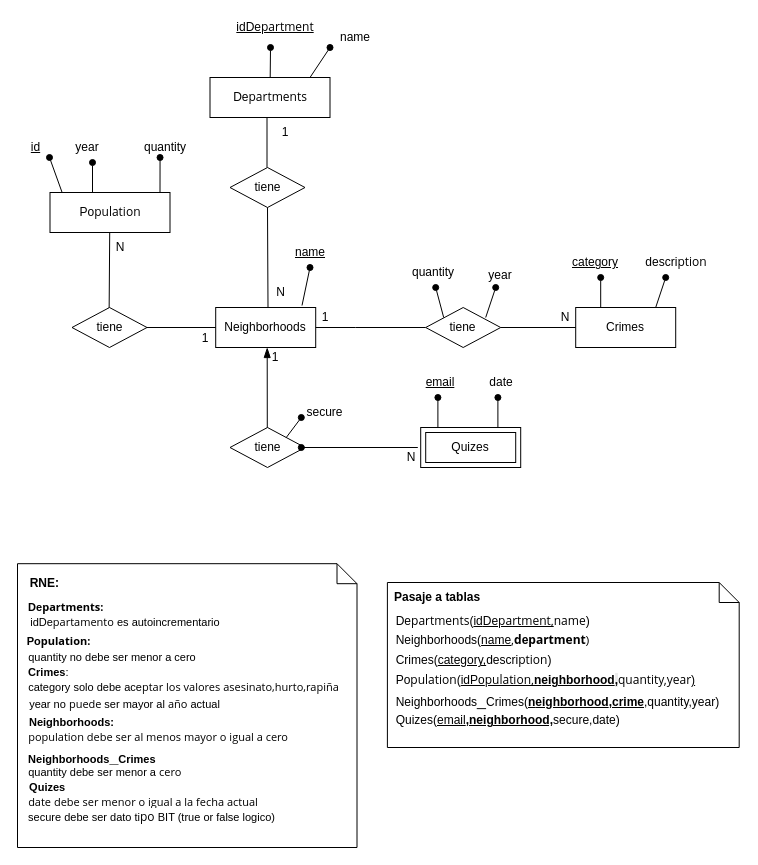
Before: CityRisksMaps.drawio in Agustin15/CityRisksMaps, a draw.io diagram. Source tidied: cells renumbered, new cells numbered last; positions are measured from the earlier drawing's top-left corner, leaving out a move shared by most shapes. Both pictures are drawn from the tidied source at 100%, with x=0, y=0 at pixel (16, 17).
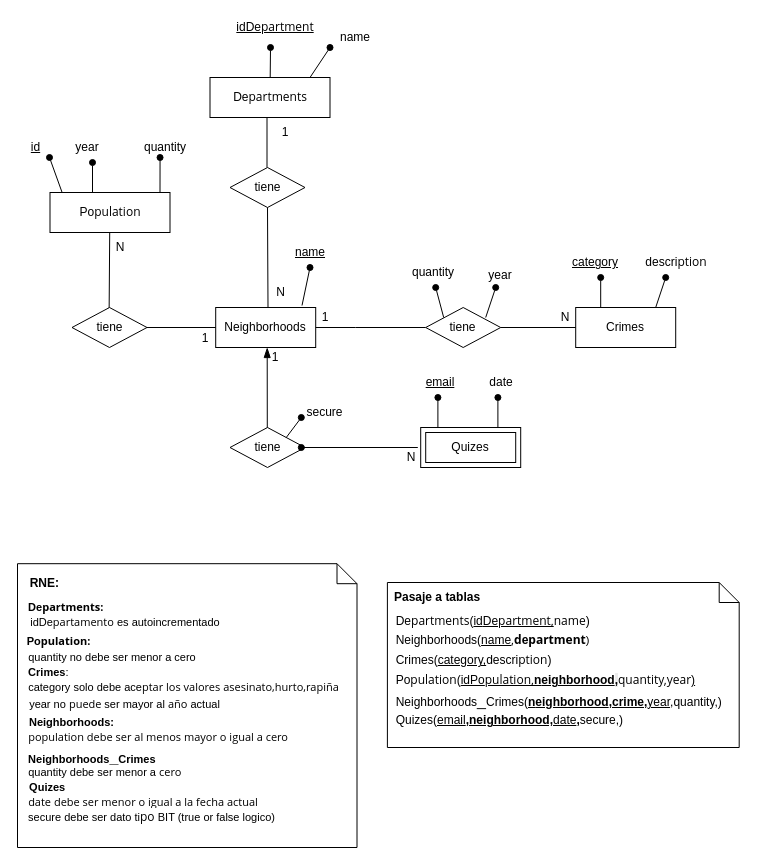
The same page after the edit.

Commit message:
feat:pk en pasaje a tablas en neighborhoodCrimes y quizes cambiadas

Change to the diagram source:
```diff
@@
-    <mxCell id="33" value="&amp;nbsp;&amp;nbsp;&lt;span style=&quot;text-align: center;&quot;&gt;Neighborhoods&lt;/span&gt;&lt;span style=&quot;color: rgb(31, 31, 31); font-family: &amp;quot;Google Sans&amp;quot;, Arial, sans-serif; font-size: 16px; background-color: rgb(255, 255, 255);&quot;&gt;_&lt;/span&gt;&lt;span style=&quot;text-align: center;&quot;&gt;Crimes&lt;/span&gt;(&lt;b&gt;&lt;u&gt;n&lt;span style=&quot;text-align: center;&quot;&gt;eighborhood&lt;/span&gt;&lt;/u&gt;&lt;/b&gt;&lt;b style=&quot;text-decoration-line: underline;&quot;&gt;,crime&lt;/b&gt;,quantity,year)" style="text;html=1;align=left;verticalAlign=middle;whiteSpace=wrap;rounded=0;" parent="1" vertex="1">
+    <mxCell id="33" value="&amp;nbsp;&amp;nbsp;&lt;span style=&quot;text-align: center;&quot;&gt;Neighborhoods&lt;/span&gt;&lt;span style=&quot;color: rgb(31, 31, 31); font-family: &amp;quot;Google Sans&amp;quot;, Arial, sans-serif; font-size: 16px; background-color: rgb(255, 255, 255);&quot;&gt;_&lt;/span&gt;&lt;span style=&quot;text-align: center;&quot;&gt;Crimes&lt;/span&gt;(&lt;b&gt;&lt;u&gt;n&lt;span style=&quot;text-align: center;&quot;&gt;eighborhood&lt;/span&gt;&lt;/u&gt;&lt;/b&gt;&lt;b style=&quot;text-decoration-line: underline;&quot;&gt;,crime,&lt;/b&gt;&lt;u&gt;year&lt;/u&gt;,quantity,)" style="text;html=1;align=left;verticalAlign=middle;whiteSpace=wrap;rounded=0;" parent="1" vertex="1">
       <mxGeometry x="370.9" y="672.5" width="331.8" height="20" as="geometry" />
     </mxCell>
@@
-    <mxCell id="75" value="&lt;div style=&quot;text-align: center;&quot;&gt;&lt;span style=&quot;background-color: transparent; color: light-dark(rgb(0, 0, 0), rgb(255, 255, 255));&quot;&gt;&amp;nbsp; Quizes&lt;/span&gt;&lt;span style=&quot;background-color: transparent; color: light-dark(rgb(0, 0, 0), rgb(255, 255, 255));&quot;&gt;(&lt;u&gt;email&lt;/u&gt;&lt;u style=&quot;font-weight: bold;&quot;&gt;,neighborhood,&lt;/u&gt;secure,&lt;/span&gt;&lt;span style=&quot;background-color: transparent; color: light-dark(rgb(0, 0, 0), rgb(255, 255, 255));&quot;&gt;date&lt;/span&gt;&lt;span style=&quot;background-color: transparent; color: light-dark(rgb(0, 0, 0), rgb(255, 255, 255));&quot;&gt;)&lt;/span&gt;&lt;/div&gt;" style="text;html=1;align=left;verticalAlign=middle;whiteSpace=wrap;rounded=0;" parent="1" vertex="1">
+    <mxCell id="75" value="&lt;div style=&quot;text-align: center;&quot;&gt;&lt;span style=&quot;background-color: transparent; color: light-dark(rgb(0, 0, 0), rgb(255, 255, 255));&quot;&gt;&amp;nbsp; Quizes&lt;/span&gt;&lt;span style=&quot;background-color: transparent; color: light-dark(rgb(0, 0, 0), rgb(255, 255, 255));&quot;&gt;(&lt;u&gt;email&lt;/u&gt;&lt;u style=&quot;font-weight: bold;&quot;&gt;,neighborhood,&lt;/u&gt;&lt;/span&gt;&lt;u style=&quot;background-color: transparent; color: light-dark(rgb(0, 0, 0), rgb(255, 255, 255));&quot;&gt;date&lt;/u&gt;&lt;span style=&quot;background-color: transparent; color: light-dark(rgb(0, 0, 0), rgb(255, 255, 255));&quot;&gt;&lt;u style=&quot;font-weight: bold;&quot;&gt;,&lt;/u&gt;secure,&lt;/span&gt;&lt;span style=&quot;background-color: transparent; color: light-dark(rgb(0, 0, 0), rgb(255, 255, 255));&quot;&gt;)&lt;/span&gt;&lt;/div&gt;" style="text;html=1;align=left;verticalAlign=middle;whiteSpace=wrap;rounded=0;" parent="1" vertex="1">
       <mxGeometry x="370.9" y="692.5" width="331.8" height="20" as="geometry" />
     </mxCell>
@@
-    <mxCell id="79" value="&lt;span style=&quot;font-size: 11px;&quot;&gt;&amp;nbsp; &amp;nbsp; idDe&lt;/span&gt;&lt;span style=&quot;font-family: &amp;quot;Open Sans&amp;quot;, Arial, Helvetica, sans-serif; font-size: 11px; background-color: rgb(255, 255, 255);&quot;&gt;partamento&lt;/span&gt;&lt;span style=&quot;font-size: 11px;&quot;&gt;&amp;nbsp;es autoincrementario&lt;/span&gt;" style="text;html=1;align=left;verticalAlign=middle;whiteSpace=wrap;rounded=0;" parent="1" vertex="1">
+    <mxCell id="79" value="&lt;span style=&quot;font-size: 11px;&quot;&gt;&amp;nbsp; &amp;nbsp; idDe&lt;/span&gt;&lt;span style=&quot;font-family: &amp;quot;Open Sans&amp;quot;, Arial, Helvetica, sans-serif; font-size: 11px; background-color: rgb(255, 255, 255);&quot;&gt;partamento&lt;/span&gt;&lt;span style=&quot;font-size: 11px;&quot;&gt;&amp;nbsp;es autoincrementado&lt;/span&gt;" style="text;html=1;align=left;verticalAlign=middle;whiteSpace=wrap;rounded=0;" parent="1" vertex="1">
       <mxGeometry x="0.1" y="595" width="206.8" height="20" as="geometry" />
     </mxCell>
```
